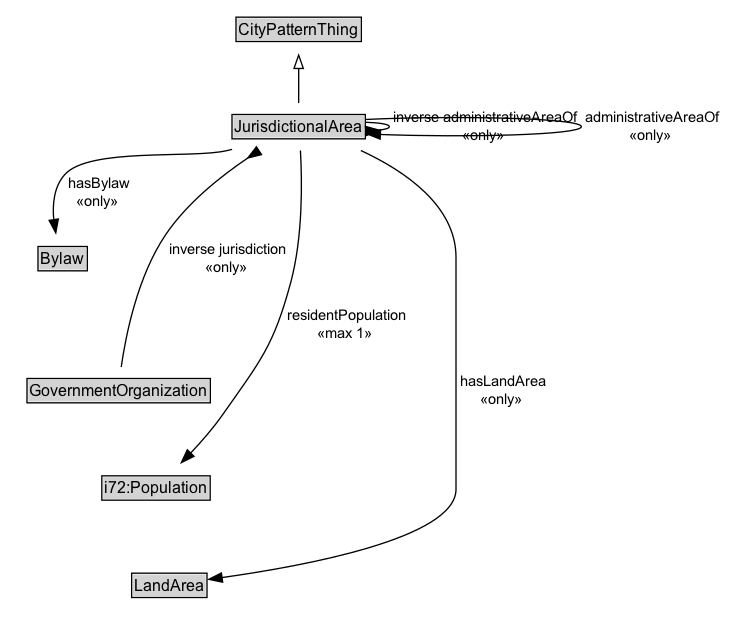
The Graphviz diagram docs/diagrams/JurisdictionalArea.dot.png in ISO-TC204/ontology-cdm-p2-v1, before a commit. Its source is kept beside it as docs/diagrams/JurisdictionalArea.dot. Its diagram source:
```dot
digraph {
	graph [overlap=false rankdir=TB splines=true]
	node [fontname=Arial fontsize=12 margin=0 shape=none]
	edge [fontname=Arial fontsize=11]
	{
		rank=max
		JurisdictionalArea [label=<<TABLE BORDER="1" CELLBORDER="0" CELLSPACING="0" CELLPADDING="1"><TR><TD BGCOLOR="lightgray" ALIGN="CENTER" PORT="e">JurisdictionalArea</TD></TR></TABLE>> URL="../JurisdictionalArea.md" margin=0]
	}
	subgraph cluster_associated {
		label="" style=invis
		Invis [label=<<TABLE BORDER="0" CELLBORDER="0" CELLSPACING="0" CELLPADDING="1"><TR><TD></TD></TR></TABLE>> margin=0 style=invis]
		Bylaw [label=<<TABLE BORDER="1" CELLBORDER="0" CELLSPACING="0" CELLPADDING="1"><TR><TD BGCOLOR="lightgray" ALIGN="CENTER">Bylaw</TD></TR></TABLE>> URL="../Bylaw.md" margin=0]
		GovernmentOrganization [label=<<TABLE BORDER="1" CELLBORDER="0" CELLSPACING="0" CELLPADDING="1"><TR><TD BGCOLOR="lightgray" ALIGN="CENTER">GovernmentOrganization</TD></TR></TABLE>> URL="../GovernmentOrganization.md" margin=0]
		i72_Population [label=<<TABLE BORDER="1" CELLBORDER="0" CELLSPACING="0" CELLPADDING="1"><TR><TD BGCOLOR="lightgray" ALIGN="CENTER">i72:Population</TD></TR></TABLE>> margin=0]
		LandArea [label=<<TABLE BORDER="1" CELLBORDER="0" CELLSPACING="0" CELLPADDING="1"><TR><TD BGCOLOR="lightgray" ALIGN="CENTER">LandArea</TD></TR></TABLE>> URL="../LandArea.md" margin=0]
	}
	CityPatternThing [label=<<TABLE BORDER="1" CELLBORDER="0" CELLSPACING="0" CELLPADDING="1"><TR><TD BGCOLOR="lightgray" ALIGN="CENTER">CityPatternThing</TD></TR></TABLE>> URL="../CityPatternThing.md" margin=0]
	JurisdictionalArea -> CityPatternThing [arrowhead=onormal style=solid]
	JurisdictionalArea -> Invis [style=invis]
	Invis -> Bylaw [style=invis]
	Bylaw -> GovernmentOrganization [style=invis]
	GovernmentOrganization -> i72_Population [style=invis]
	i72_Population -> LandArea [style=invis]
	JurisdictionalArea [label=<<TABLE BORDER="1" CELLBORDER="0" CELLSPACING="0" CELLPADDING="1"><TR><TD BGCOLOR="lightgray" ALIGN="CENTER">JurisdictionalArea</TD></TR></TABLE>> URL="../JurisdictionalArea.md" margin=0]
	JurisdictionalArea -> JurisdictionalArea [label=" inverse administrativeAreaOf
 «only»  " arrowhead=inv style=solid]
	JurisdictionalArea -> JurisdictionalArea [label=" administrativeAreaOf
 «only»  " arrowhead=normal style=solid]
	JurisdictionalArea -> LandArea [label=" hasLandArea
 «only»  " arrowhead=normal style=solid]
	JurisdictionalArea -> i72_Population [label=" residentPopulation
 «max 1»  " arrowhead=normal style=solid]
	GovernmentOrganization -> JurisdictionalArea [label=" inverse jurisdiction
 «only»  " arrowhead=inv style=solid]
	JurisdictionalArea -> Bylaw [label=" hasBylaw
 «only»  " arrowhead=normal style=solid]
}
```
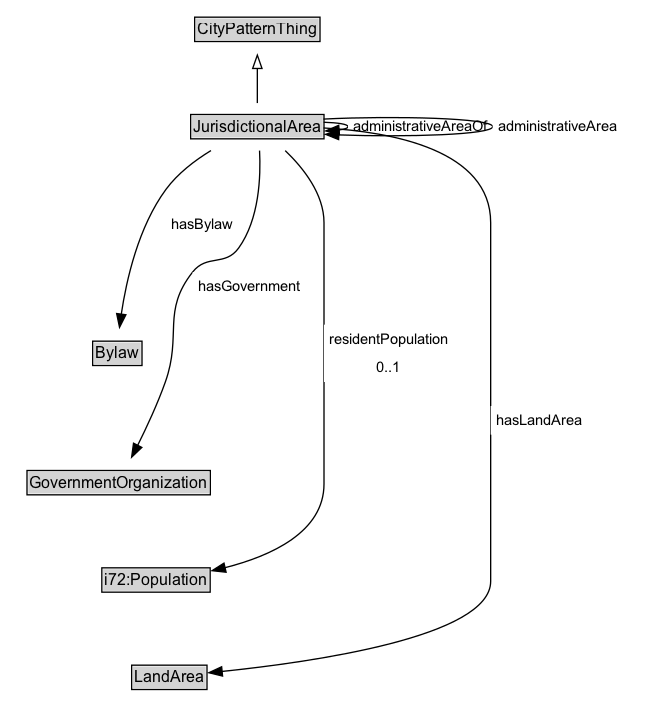
The same diagram one commit later.

What changed in the source:
```diff
@@ -3,35 +3,36 @@
 	node [fontname=Arial fontsize=12 margin=0 shape=none]
 	edge [fontname=Arial fontsize=11]
 	{
+		rank=source
+		CityPatternThing [label=<<TABLE BORDER="1" CELLBORDER="0" CELLSPACING="0" CELLPADDING="1"><TR><TD BGCOLOR="lightgray" ALIGN="CENTER">CityPatternThing</TD></TR></TABLE>> URL="../CityPatternThing" margin=0]
+	}
+	JurisdictionalArea [label=<<TABLE BORDER="1" CELLBORDER="0" CELLSPACING="0" CELLPADDING="1"><TR><TD BGCOLOR="lightgray" ALIGN="CENTER">JurisdictionalArea</TD></TR><TR><TD ALIGN="LEFT">cdm1:hasName : xsd:string [0..1]</TD></TR></TABLE>> URL="../JurisdictionalArea" margin=0]
+	{
 		rank=max
-		JurisdictionalArea [label=<<TABLE BORDER="1" CELLBORDER="0" CELLSPACING="0" CELLPADDING="1"><TR><TD BGCOLOR="lightgray" ALIGN="CENTER" PORT="e">JurisdictionalArea</TD></TR></TABLE>> URL="../JurisdictionalArea.md" margin=0]
 	}
 	subgraph cluster_associated {
 		label="" style=invis
 		Invis [label=<<TABLE BORDER="0" CELLBORDER="0" CELLSPACING="0" CELLPADDING="1"><TR><TD></TD></TR></TABLE>> margin=0 style=invis]
-		Bylaw [label=<<TABLE BORDER="1" CELLBORDER="0" CELLSPACING="0" CELLPADDING="1"><TR><TD BGCOLOR="lightgray" ALIGN="CENTER">Bylaw</TD></TR></TABLE>> URL="../Bylaw.md" margin=0]
-		GovernmentOrganization [label=<<TABLE BORDER="1" CELLBORDER="0" CELLSPACING="0" CELLPADDING="1"><TR><TD BGCOLOR="lightgray" ALIGN="CENTER">GovernmentOrganization</TD></TR></TABLE>> URL="../GovernmentOrganization.md" margin=0]
-		i72_Population [label=<<TABLE BORDER="1" CELLBORDER="0" CELLSPACING="0" CELLPADDING="1"><TR><TD BGCOLOR="lightgray" ALIGN="CENTER">i72:Population</TD></TR></TABLE>> margin=0]
-		LandArea [label=<<TABLE BORDER="1" CELLBORDER="0" CELLSPACING="0" CELLPADDING="1"><TR><TD BGCOLOR="lightgray" ALIGN="CENTER">LandArea</TD></TR></TABLE>> URL="../LandArea.md" margin=0]
+		Bylaw [label=<<TABLE BORDER="1" CELLBORDER="0" CELLSPACING="0" CELLPADDING="1"><TR><TD BGCOLOR="lightgray" ALIGN="CENTER">Bylaw</TD></TR></TABLE>> URL="../Bylaw" margin=0]
+		GovernmentOrganization [label=<<TABLE BORDER="1" CELLBORDER="0" CELLSPACING="0" CELLPADDING="1"><TR><TD BGCOLOR="lightgray" ALIGN="CENTER">GovernmentOrganization</TD></TR></TABLE>> URL="../GovernmentOrganization" margin=0]
+		i72_Population [label=<<TABLE BORDER="1" CELLBORDER="0" CELLSPACING="0" CELLPADDING="1"><TR><TD BGCOLOR="lightgray" ALIGN="CENTER">i72:Population</TD></TR></TABLE>> URL="https://w3id.org/citydata/21972/v1/Population" margin=0]
+		LandArea [label=<<TABLE BORDER="1" CELLBORDER="0" CELLSPACING="0" CELLPADDING="1"><TR><TD BGCOLOR="lightgray" ALIGN="CENTER">LandArea</TD></TR></TABLE>> URL="../LandArea" margin=0]
 	}
-	CityPatternThing [label=<<TABLE BORDER="1" CELLBORDER="0" CELLSPACING="0" CELLPADDING="1"><TR><TD BGCOLOR="lightgray" ALIGN="CENTER">CityPatternThing</TD></TR></TABLE>> URL="../CityPatternThing.md" margin=0]
 	JurisdictionalArea -> CityPatternThing [arrowhead=onormal style=solid]
 	JurisdictionalArea -> Invis [style=invis]
 	Invis -> Bylaw [style=invis]
 	Bylaw -> GovernmentOrganization [style=invis]
 	GovernmentOrganization -> i72_Population [style=invis]
 	i72_Population -> LandArea [style=invis]
-	JurisdictionalArea [label=<<TABLE BORDER="1" CELLBORDER="0" CELLSPACING="0" CELLPADDING="1"><TR><TD BGCOLOR="lightgray" ALIGN="CENTER">JurisdictionalArea</TD></TR></TABLE>> URL="../JurisdictionalArea.md" margin=0]
-	JurisdictionalArea -> JurisdictionalArea [label=" inverse administrativeAreaOf
- «only»  " arrowhead=inv style=solid]
-	JurisdictionalArea -> JurisdictionalArea [label=" administrativeAreaOf
- «only»  " arrowhead=normal style=solid]
-	JurisdictionalArea -> LandArea [label=" hasLandArea
- «only»  " arrowhead=normal style=solid]
-	JurisdictionalArea -> i72_Population [label=" residentPopulation
- «max 1»  " arrowhead=normal style=solid]
-	GovernmentOrganization -> JurisdictionalArea [label=" inverse jurisdiction
- «only»  " arrowhead=inv style=solid]
-	JurisdictionalArea -> Bylaw [label=" hasBylaw
- «only»  " arrowhead=normal style=solid]
+	GovernmentOrganization [label=<<TABLE BORDER="1" CELLBORDER="0" CELLSPACING="0" CELLPADDING="1"><TR><TD BGCOLOR="lightgray" ALIGN="CENTER">GovernmentOrganization</TD></TR></TABLE>> URL="../GovernmentOrganization" margin=0]
+	JurisdictionalArea -> GovernmentOrganization [label=<<TABLE BORDER="0" CELLBORDER="0" CELLSPACING="0" CELLPADDING="4" BGCOLOR="white"><TR><TD ALIGN="CENTER">hasGovernment</TD></TR></TABLE>> arrowhead=normal style=solid]
+	JurisdictionalArea [label=<<TABLE BORDER="1" CELLBORDER="0" CELLSPACING="0" CELLPADDING="1"><TR><TD BGCOLOR="lightgray" ALIGN="CENTER">JurisdictionalArea</TD></TR></TABLE>> URL="../JurisdictionalArea" margin=0]
+	JurisdictionalArea -> JurisdictionalArea [label=<<TABLE BORDER="0" CELLBORDER="0" CELLSPACING="0" CELLPADDING="4" BGCOLOR="white"><TR><TD ALIGN="CENTER">administrativeAreaOf</TD></TR></TABLE>> arrowhead=normal style=solid]
+	LandArea [label=<<TABLE BORDER="1" CELLBORDER="0" CELLSPACING="0" CELLPADDING="1"><TR><TD BGCOLOR="lightgray" ALIGN="CENTER">LandArea</TD></TR></TABLE>> URL="../LandArea" margin=0]
+	JurisdictionalArea -> LandArea [label=<<TABLE BORDER="0" CELLBORDER="0" CELLSPACING="0" CELLPADDING="4" BGCOLOR="white"><TR><TD ALIGN="CENTER">hasLandArea</TD></TR></TABLE>> arrowhead=normal style=solid]
+	i72_Population [label=<<TABLE BORDER="1" CELLBORDER="0" CELLSPACING="0" CELLPADDING="1"><TR><TD BGCOLOR="lightgray" ALIGN="CENTER">i72:Population</TD></TR></TABLE>> URL="https://w3id.org/citydata/21972/v1/Population" margin=0]
+	JurisdictionalArea -> i72_Population [label=<<TABLE BORDER="0" CELLBORDER="0" CELLSPACING="0" CELLPADDING="4" BGCOLOR="white"><TR><TD ALIGN="CENTER">residentPopulation</TD></TR><TR><TD ALIGN="CENTER">0..1</TD></TR></TABLE>> arrowhead=normal style=solid]
+	JurisdictionalArea -> JurisdictionalArea [label=<<TABLE BORDER="0" CELLBORDER="0" CELLSPACING="0" CELLPADDING="4" BGCOLOR="white"><TR><TD ALIGN="CENTER">administrativeArea</TD></TR></TABLE>> arrowhead=normal style=solid]
+	Bylaw [label=<<TABLE BORDER="1" CELLBORDER="0" CELLSPACING="0" CELLPADDING="1"><TR><TD BGCOLOR="lightgray" ALIGN="CENTER">Bylaw</TD></TR></TABLE>> URL="../Bylaw" margin=0]
+	JurisdictionalArea -> Bylaw [label=<<TABLE BORDER="0" CELLBORDER="0" CELLSPACING="0" CELLPADDING="4" BGCOLOR="white"><TR><TD ALIGN="CENTER">hasBylaw</TD></TR></TABLE>> arrowhead=normal style=solid]
 }
```
